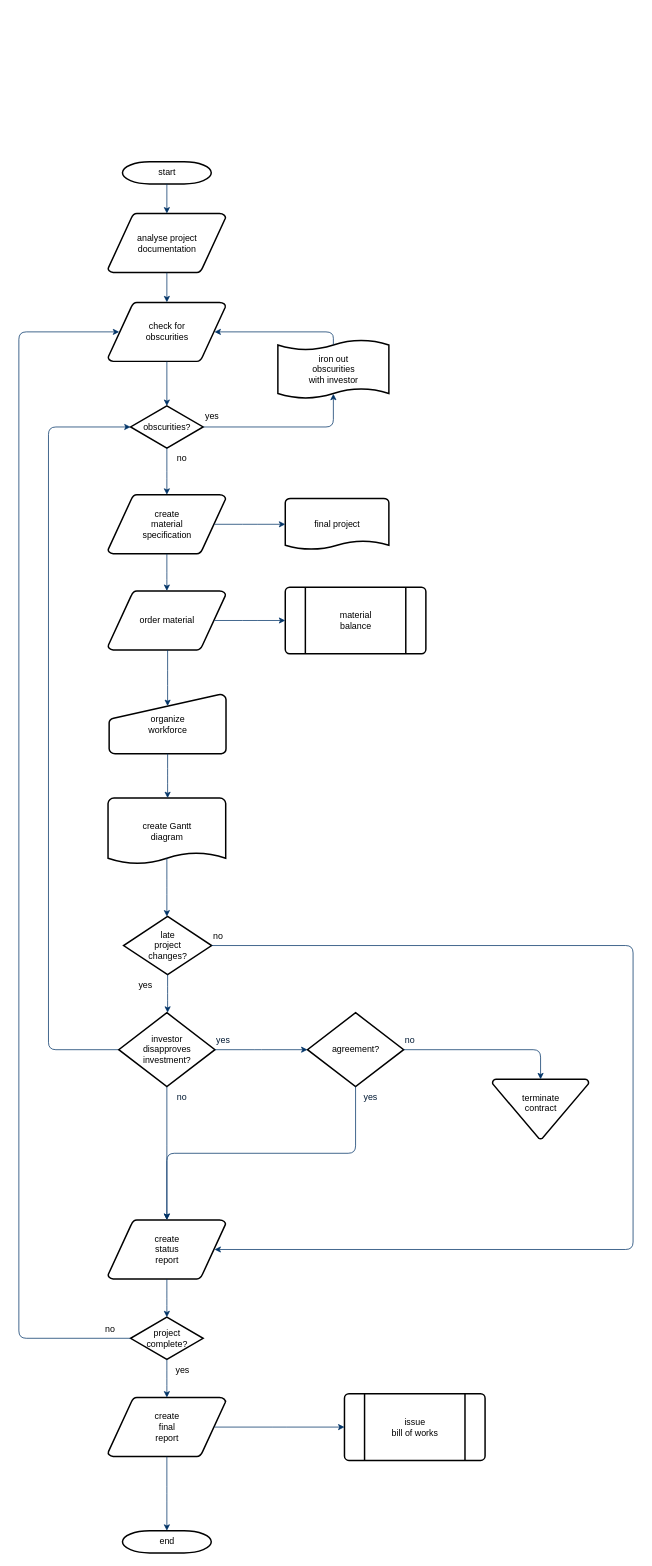
This is 消息发送.drawio from akun87/activity, a draw.io file, before an edit. Source tidied: cells renumbered, new cells numbered last; positions are measured from the earlier drawing's top-left corner, leaving out a move shared by most shapes. Both pictures are drawn from the tidied source at 74%, with x=0, y=0 at pixel (18, 161).
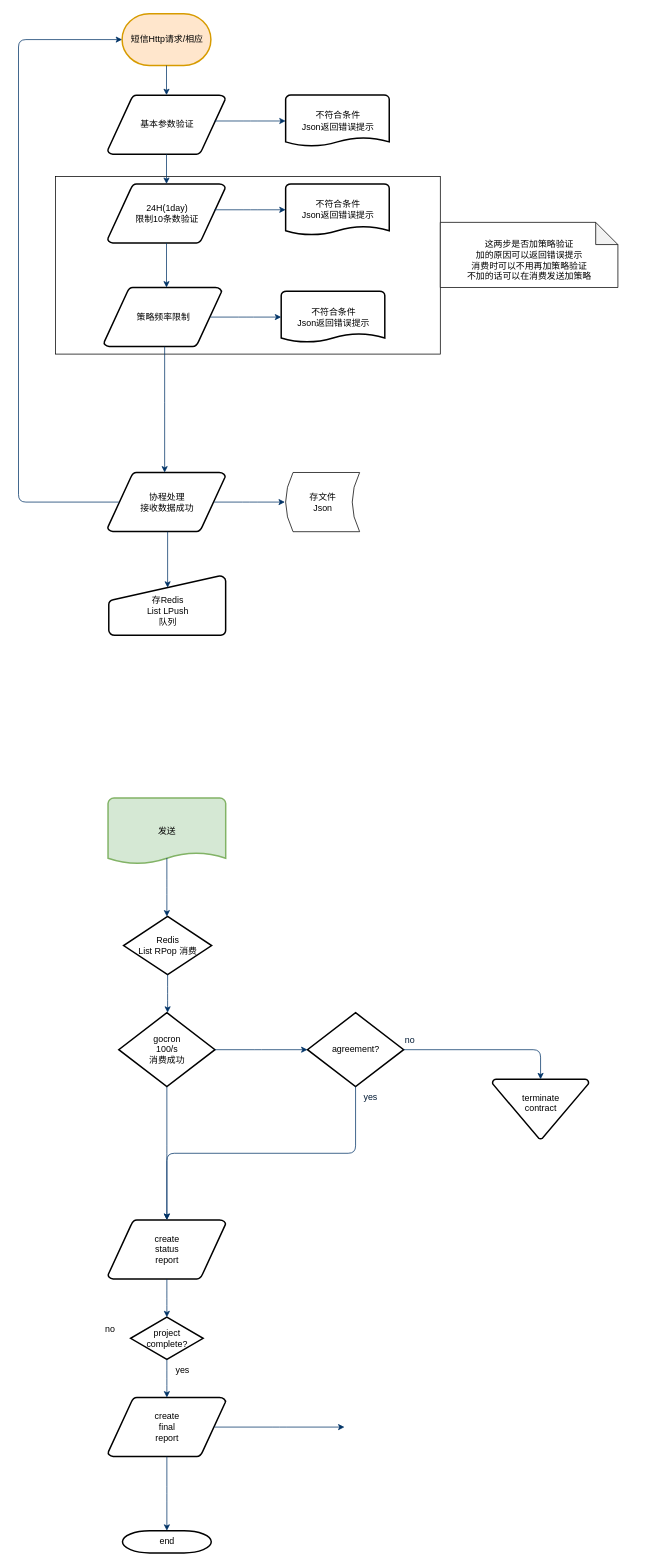
Above is the later version.

Commit message (it also covers changes not shown here):
更新消息发送.drawio

Unchanged cells that the change refers to:
```xml
<mxCell id="29" value="agreement?" style="shape=mxgraph.flowchart.decision;strokeWidth=2;gradientColor=none;gradientDirection=north;fontStyle=0;html=1;" parent="1" vertex="1">
  <mxGeometry x="390" y="1150" width="130" height="100" as="geometry" />
</mxCell>
<mxCell id="32" value="terminate&#10;contract&#10;" style="shape=mxgraph.flowchart.merge_or_storage;strokeWidth=2;gradientColor=none;gradientDirection=north;fontStyle=0;html=1;" parent="1" vertex="1">
  <mxGeometry x="640" y="1240" width="130" height="80.5" as="geometry" />
</mxCell>
<mxCell id="34" value="create&#10;status&#10;report" style="shape=mxgraph.flowchart.data;strokeWidth=2;gradientColor=none;gradientDirection=north;fontStyle=0;html=1;" parent="1" vertex="1">
  <mxGeometry x="120.5" y="1430" width="159" height="80" as="geometry" />
</mxCell>
<mxCell id="37" value="project&#10;complete?" style="shape=mxgraph.flowchart.decision;strokeWidth=2;gradientColor=none;gradientDirection=north;fontStyle=0;html=1;" parent="1" vertex="1">
  <mxGeometry x="151" y="1561.5" width="98" height="57" as="geometry" />
</mxCell>
<mxCell id="38" value="create&#10;final&#10;report" style="shape=mxgraph.flowchart.data;strokeWidth=2;gradientColor=none;gradientDirection=north;fontStyle=0;html=1;" parent="1" vertex="1">
  <mxGeometry x="120.5" y="1670" width="159" height="80" as="geometry" />
</mxCell>
<mxCell id="40" value="end" style="shape=mxgraph.flowchart.terminator;strokeWidth=2;gradientColor=none;gradientDirection=north;fontStyle=0;html=1;" parent="1" vertex="1">
  <mxGeometry x="140" y="1850" width="120" height="30" as="geometry" />
</mxCell>
```

What changed in the source:
```diff
@@
+    <mxCell id="56" style="rounded=0;whiteSpace=wrap;html=1;" parent="1" vertex="1">
+      <mxGeometry x="49.5" y="20" width="520" height="240" as="geometry" />
+    </mxCell>
-    <mxCell id="2" value="start" style="shape=mxgraph.flowchart.terminator;strokeWidth=2;gradientColor=none;gradientDirection=north;fontStyle=0;html=1;" parent="1" vertex="1">
-      <mxGeometry x="140" width="120" height="30" as="geometry" />
+    <mxCell id="2" value="短信Http请求/相应" style="shape=mxgraph.flowchart.terminator;strokeWidth=2;gradientDirection=north;fontStyle=0;html=1;fillColor=#ffe6cc;strokeColor=#d79b00;" parent="1" vertex="1">
+      <mxGeometry x="139.5" y="-200" width="120" height="70" as="geometry" />
     </mxCell>
-    <mxCell id="3" value="analyse project&#10; documentation" style="shape=mxgraph.flowchart.data;strokeWidth=2;gradientColor=none;gradientDirection=north;fontStyle=0;html=1;" parent="1" vertex="1">
-      <mxGeometry x="120.5" y="70" width="159" height="80" as="geometry" />
+    <mxCell id="3" value="基本参数验证" style="shape=mxgraph.flowchart.data;strokeWidth=2;gradientColor=none;gradientDirection=north;fontStyle=0;html=1;" parent="1" vertex="1">
+      <mxGeometry x="120" y="-90" width="159" height="80" as="geometry" />
     </mxCell>
-    <mxCell id="4" value="create&#10;material&#10;specification" style="shape=mxgraph.flowchart.data;strokeWidth=2;gradientColor=none;gradientDirection=north;fontStyle=0;html=1;" parent="1" vertex="1">
-      <mxGeometry x="120.5" y="450" width="159" height="80" as="geometry" />
+    <mxCell id="4" value="策略频率限制" style="shape=mxgraph.flowchart.data;strokeWidth=2;gradientColor=none;gradientDirection=north;fontStyle=0;html=1;" parent="1" vertex="1">
+      <mxGeometry x="115" y="170" width="159" height="80" as="geometry" />
     </mxCell>
-    <mxCell id="5" value="check for&#10;obscurities" style="shape=mxgraph.flowchart.data;strokeWidth=2;gradientColor=none;gradientDirection=north;fontStyle=0;html=1;" parent="1" vertex="1">
-      <mxGeometry x="120.5" y="190" width="159" height="80" as="geometry" />
+    <mxCell id="5" value="&lt;div&gt;24H(1day)&lt;/div&gt;&lt;div&gt;限制10条数验证&lt;/div&gt;" style="shape=mxgraph.flowchart.data;strokeWidth=2;gradientColor=none;gradientDirection=north;fontStyle=0;html=1;" parent="1" vertex="1">
+      <mxGeometry x="120" y="30" width="159" height="80" as="geometry" />
     </mxCell>
-    <mxCell id="6" value="obscurities?" style="shape=mxgraph.flowchart.decision;strokeWidth=2;gradientColor=none;gradientDirection=north;fontStyle=0;html=1;" parent="1" vertex="1">
-      <mxGeometry x="151" y="330" width="98" height="57" as="geometry" />
-    </mxCell>
@@
-    <mxCell id="9" style="entryX=0.5;entryY=0;entryPerimeter=0;fontStyle=1;strokeColor=#003366;strokeWidth=1;html=1;" parent="1" edge="1" source="5" target="6">
-      <mxGeometry relative="1" as="geometry" />
+    <mxCell id="9" style="entryX=0.5;entryY=0;entryPerimeter=0;fontStyle=1;strokeColor=#003366;strokeWidth=1;html=1;" parent="1" edge="1" source="5">
+      <mxGeometry relative="1" as="geometry">
+        <mxPoint x="199.5" y="170" as="targetPoint" />
+      </mxGeometry>
     </mxCell>
-    <mxCell id="10" style="edgeStyle=elbowEdgeStyle;elbow=horizontal;entryX=0.5;entryY=0.91;entryPerimeter=0;exitX=1;exitY=0.5;exitPerimeter=0;fontStyle=1;strokeColor=#003366;strokeWidth=1;html=1;" parent="1" edge="1" source="6" target="51">
-      <mxGeometry x="381" y="28.5" as="geometry">
-        <Array as="points">
-          <mxPoint x="425" y="340" />
-        </Array>
-      </mxGeometry>
-    </mxCell>
-    <mxCell id="11" value="yes" style="text;fontStyle=0;html=1;strokeColor=none;gradientColor=none;fillColor=none;strokeWidth=2;" parent="1" vertex="1">
-      <mxGeometry x="250" y="330" width="40" height="26" as="geometry" />
-    </mxCell>
-    <mxCell id="12" style="edgeStyle=elbowEdgeStyle;elbow=horizontal;fontColor=#001933;fontStyle=1;strokeColor=#003366;strokeWidth=1;html=1;" parent="1" edge="1" source="6" target="4">
-      <mxGeometry as="geometry" />
-    </mxCell>
-    <mxCell id="13" value="order material" style="shape=mxgraph.flowchart.data;strokeWidth=2;gradientColor=none;gradientDirection=north;fontStyle=0;html=1;" parent="1" vertex="1">
-      <mxGeometry x="120.5" y="580" width="159" height="80" as="geometry" />
+    <mxCell id="13" value="&lt;div&gt;协程处理&lt;/div&gt;&lt;div&gt;接收数据成功&lt;br&gt;&lt;/div&gt;" style="shape=mxgraph.flowchart.data;strokeWidth=2;gradientColor=none;gradientDirection=north;fontStyle=0;html=1;" parent="1" vertex="1">
+      <mxGeometry x="120" y="420" width="159" height="80" as="geometry" />
     </mxCell>
-    <mxCell id="14" value="no" style="text;fontStyle=0;html=1;strokeColor=none;gradientColor=none;fillColor=none;strokeWidth=2;align=center;" parent="1" vertex="1">
-      <mxGeometry x="200" y="387" width="40" height="26" as="geometry" />
-    </mxCell>
-    <mxCell id="15" value="final project" style="shape=mxgraph.flowchart.document;strokeWidth=2;gradientColor=none;gradientDirection=north;fontStyle=0;html=1;" parent="1" vertex="1">
-      <mxGeometry x="360" y="455" width="140" height="70" as="geometry" />
+    <mxCell id="15" value="&lt;div&gt;不符合条件&lt;/div&gt;&lt;div&gt;Json返回错误提示&lt;br&gt;&lt;/div&gt;" style="shape=mxgraph.flowchart.document;strokeWidth=2;gradientColor=none;gradientDirection=north;fontStyle=0;html=1;" parent="1" vertex="1">
+      <mxGeometry x="354.5" y="175" width="140" height="70" as="geometry" />
     </mxCell>
     <mxCell id="16" style="edgeStyle=elbowEdgeStyle;elbow=horizontal;exitX=0.905;exitY=0.5;exitPerimeter=0;fontStyle=1;strokeColor=#003366;strokeWidth=1;html=1;" parent="1" edge="1" source="4" target="15">
-      <mxGeometry as="geometry" />
+      <mxGeometry x="-5" y="-120" as="geometry" />
     </mxCell>
@@
-    <mxCell id="18" value="material&#10;balance" style="shape=mxgraph.flowchart.predefined_process;strokeWidth=2;gradientColor=none;gradientDirection=north;fontStyle=0;html=1;" parent="1" vertex="1">
-      <mxGeometry x="360" y="575" width="190" height="90" as="geometry" />
-    </mxCell>
-    <mxCell id="19" style="edgeStyle=elbowEdgeStyle;elbow=horizontal;exitX=0.905;exitY=0.5;exitPerimeter=0;fontStyle=1;strokeColor=#003366;strokeWidth=1;html=1;" parent="1" edge="1" source="13" target="18">
-      <mxGeometry as="geometry" />
+    <mxCell id="19" style="edgeStyle=elbowEdgeStyle;elbow=horizontal;exitX=0.905;exitY=0.5;exitPerimeter=0;fontStyle=1;strokeColor=#003366;strokeWidth=1;html=1;" parent="1" edge="1" source="13">
+      <mxGeometry as="geometry">
+        <mxPoint x="359.5" y="460" as="targetPoint" />
+      </mxGeometry>
     </mxCell>
-    <mxCell id="20" value="organize &#10;workforce" style="shape=mxgraph.flowchart.manual_input;strokeWidth=2;gradientColor=none;gradientDirection=north;fontStyle=0;html=1;" parent="1" vertex="1">
-      <mxGeometry x="122" y="720" width="158" height="80" as="geometry" />
+    <mxCell id="20" value="&lt;div&gt;&lt;br&gt;&lt;/div&gt;&lt;div&gt;存Redis&lt;/div&gt;&lt;div&gt;List LPush&lt;/div&gt;&lt;div&gt;队列&lt;br&gt;&lt;/div&gt;" style="shape=mxgraph.flowchart.manual_input;strokeWidth=2;gradientColor=none;gradientDirection=north;fontStyle=0;html=1;" parent="1" vertex="1">
+      <mxGeometry x="121.5" y="560" width="158" height="80" as="geometry" />
     </mxCell>
@@
-    <mxCell id="22" value="create Gantt&#10;diagram" style="shape=mxgraph.flowchart.document;strokeWidth=2;gradientColor=none;gradientDirection=north;fontStyle=0;html=1;" parent="1" vertex="1">
+    <mxCell id="22" value="发送" style="shape=mxgraph.flowchart.document;strokeWidth=2;gradientDirection=north;fontStyle=0;html=1;fillColor=#d5e8d4;strokeColor=#82b366;" parent="1" vertex="1">
       <mxGeometry x="120.5" y="860" width="159" height="90" as="geometry" />
     </mxCell>
-    <mxCell id="23" style="edgeStyle=elbowEdgeStyle;elbow=horizontal;exitX=0.5;exitY=1;exitPerimeter=0;fontStyle=1;strokeColor=#003366;strokeWidth=1;html=1;" parent="1" edge="1" source="20" target="22">
-      <mxGeometry as="geometry" />
-    </mxCell>
-    <mxCell id="24" value="late&#10;project&#10;changes?" style="shape=mxgraph.flowchart.decision;strokeWidth=2;gradientColor=none;gradientDirection=north;fontStyle=0;html=1;" parent="1" vertex="1">
+    <mxCell id="24" value="&lt;div&gt;Redis&lt;/div&gt;&lt;div&gt;List RPop 消费&lt;br&gt;&lt;/div&gt;" style="shape=mxgraph.flowchart.decision;strokeWidth=2;gradientColor=none;gradientDirection=north;fontStyle=0;html=1;" parent="1" vertex="1">
       <mxGeometry x="141.5" y="1020" width="119" height="78.5" as="geometry" />
     </mxCell>
     <mxCell id="25" style="edgeStyle=elbowEdgeStyle;elbow=horizontal;exitX=0.5;exitY=0.9;exitPerimeter=0;fontStyle=1;strokeColor=#003366;strokeWidth=1;html=1;" parent="1" edge="1" source="22" target="24">
-      <mxGeometry as="geometry" />
+      <mxGeometry x="0.5" y="160" as="geometry" />
     </mxCell>
-    <mxCell id="26" style="edgeStyle=elbowEdgeStyle;elbow=horizontal;exitX=0;exitY=0.5;exitPerimeter=0;entryX=0;entryY=0.5;entryPerimeter=0;fontStyle=1;strokeColor=#003366;strokeWidth=1;html=1;" parent="1" edge="1" source="28" target="6">
-      <mxGeometry as="geometry">
-        <Array as="points">
-          <mxPoint x="40" y="790" />
-        </Array>
-      </mxGeometry>
-    </mxCell>
-    <mxCell id="27" value="yes" style="text;fontStyle=0;html=1;strokeColor=none;gradientColor=none;fillColor=none;strokeWidth=2;" parent="1" vertex="1">
-      <mxGeometry x="160" y="1098.5" width="40" height="26" as="geometry" />
-    </mxCell>
-    <mxCell id="28" value="investor&#10;disapproves&#10; investment?" style="shape=mxgraph.flowchart.decision;strokeWidth=2;gradientColor=none;gradientDirection=north;fontStyle=0;html=1;" parent="1" vertex="1">
+    <mxCell id="28" value="&lt;div&gt;gocron&lt;/div&gt;&lt;div&gt;100/s&lt;/div&gt;&lt;div&gt;消费成功&lt;br&gt;&lt;/div&gt;" style="shape=mxgraph.flowchart.decision;strokeWidth=2;gradientColor=none;gradientDirection=north;fontStyle=0;html=1;" parent="1" vertex="1">
       <mxGeometry x="135" y="1150" width="130" height="100" as="geometry" />
     </mxCell>
@@
     <mxCell id="30" style="edgeStyle=elbowEdgeStyle;elbow=horizontal;exitX=0.5;exitY=1;exitPerimeter=0;fontStyle=1;strokeColor=#003366;strokeWidth=1;html=1;" parent="1" edge="1" source="24" target="28">
-      <mxGeometry as="geometry" />
+      <mxGeometry x="0.5" y="160" as="geometry" />
     </mxCell>
     <mxCell id="31" style="edgeStyle=elbowEdgeStyle;elbow=horizontal;exitX=1;exitY=0.5;exitPerimeter=0;entryX=0;entryY=0.5;entryPerimeter=0;fontStyle=1;strokeColor=#003366;strokeWidth=1;html=1;" parent="1" edge="1" source="28" target="29">
-      <mxGeometry as="geometry" />
+      <mxGeometry x="0.5" y="160" as="geometry" />
     </mxCell>
@@
     <mxCell id="33" style="edgeStyle=elbowEdgeStyle;elbow=vertical;exitX=1;exitY=0.5;exitPerimeter=0;entryX=0.5;entryY=0;entryPerimeter=0;fontStyle=1;strokeColor=#003366;strokeWidth=1;html=1;" parent="1" edge="1" source="29" target="32">
-      <mxGeometry as="geometry">
+      <mxGeometry x="0.5" y="160" as="geometry">
         <Array as="points">
           <mxPoint x="620" y="1200" />
         </Array>
       </mxGeometry>
     </mxCell>
@@
     <mxCell id="35" style="edgeStyle=elbowEdgeStyle;elbow=vertical;exitX=0.5;exitY=1;exitPerimeter=0;fontColor=#001933;fontStyle=1;strokeColor=#003366;strokeWidth=1;html=1;" parent="1" edge="1" source="28" target="34">
-      <mxGeometry as="geometry" />
+      <mxGeometry x="0.5" y="160" as="geometry" />
     </mxCell>
     <mxCell id="36" style="edgeStyle=elbowEdgeStyle;elbow=vertical;exitX=0.5;exitY=1;exitPerimeter=0;entryX=0.5;entryY=0;entryPerimeter=0;fontStyle=1;strokeColor=#003366;strokeWidth=1;html=1;" parent="1" edge="1" source="29" target="34">
-      <mxGeometry as="geometry" />
+      <mxGeometry x="0.5" y="160" as="geometry" />
     </mxCell>
@@
-    <mxCell id="39" value="issue&#10;bill of works" style="shape=mxgraph.flowchart.predefined_process;strokeWidth=2;gradientColor=none;gradientDirection=north;fontStyle=0;html=1;" parent="1" vertex="1">
-      <mxGeometry x="440" y="1665" width="190" height="90" as="geometry" />
-    </mxCell>
@@
     <mxCell id="41" style="edgeStyle=elbowEdgeStyle;elbow=vertical;exitX=0.5;exitY=1;exitPerimeter=0;entryX=0.5;entryY=0;entryPerimeter=0;fontStyle=1;strokeColor=#003366;strokeWidth=1;html=1;" parent="1" edge="1" source="34" target="37">
-      <mxGeometry as="geometry" />
+      <mxGeometry x="0.5" y="160" as="geometry" />
     </mxCell>
     <mxCell id="42" style="edgeStyle=elbowEdgeStyle;elbow=vertical;exitX=0.5;exitY=1;exitPerimeter=0;entryX=0.5;entryY=0;entryPerimeter=0;fontStyle=1;strokeColor=#003366;strokeWidth=1;html=1;" parent="1" edge="1" source="37" target="38">
-      <mxGeometry as="geometry" />
+      <mxGeometry x="0.5" y="160" as="geometry" />
     </mxCell>
     <mxCell id="43" style="edgeStyle=elbowEdgeStyle;elbow=vertical;exitX=0.5;exitY=1;exitPerimeter=0;entryX=0.5;entryY=0;entryPerimeter=0;fontStyle=1;strokeColor=#003366;strokeWidth=1;html=1;" parent="1" edge="1" source="38" target="40">
-      <mxGeometry as="geometry" />
+      <mxGeometry x="0.5" y="160" as="geometry" />
     </mxCell>
-    <mxCell id="44" style="edgeStyle=elbowEdgeStyle;elbow=vertical;exitX=0.905;exitY=0.5;exitPerimeter=0;entryX=0;entryY=0.5;entryPerimeter=0;fontStyle=1;strokeColor=#003366;strokeWidth=1;html=1;" parent="1" edge="1" source="38" target="39">
-      <mxGeometry as="geometry" />
+    <mxCell id="44" style="edgeStyle=elbowEdgeStyle;elbow=vertical;exitX=0.905;exitY=0.5;exitPerimeter=0;entryX=0;entryY=0.5;entryPerimeter=0;fontStyle=1;strokeColor=#003366;strokeWidth=1;html=1;" parent="1" edge="1" source="38">
+      <mxGeometry x="0.5" y="160" as="geometry">
+        <mxPoint x="440" y="1710" as="targetPoint" />
+      </mxGeometry>
     </mxCell>
-    <mxCell id="45" style="edgeStyle=elbowEdgeStyle;elbow=horizontal;exitX=1;exitY=0.5;exitPerimeter=0;entryX=0.905;entryY=0.5;entryPerimeter=0;fontStyle=1;strokeColor=#003366;strokeWidth=1;html=1;" parent="1" edge="1" source="24" target="34">
-      <mxGeometry as="geometry">
-        <Array as="points">
-          <mxPoint x="830" y="1260" />
-        </Array>
-      </mxGeometry>
-    </mxCell>
-    <mxCell id="46" value="no" style="text;fontStyle=0;html=1;strokeColor=none;gradientColor=none;fillColor=none;strokeWidth=2;" parent="1" vertex="1">
-      <mxGeometry x="260.5" y="1033.2" width="40" height="26" as="geometry" />
-    </mxCell>
-    <mxCell id="47" value="yes" style="text;fontColor=#001933;fontStyle=0;html=1;strokeColor=none;gradientColor=none;fillColor=none;strokeWidth=2;" parent="1" vertex="1">
-      <mxGeometry x="265" y="1174" width="40" height="26" as="geometry" />
-    </mxCell>
-    <mxCell id="48" value="no" style="text;fontColor=#001933;fontStyle=0;html=1;strokeColor=none;gradientColor=none;fillColor=none;strokeWidth=2;align=center;" parent="1" vertex="1">
-      <mxGeometry x="200" y="1250" width="40" height="26" as="geometry" />
-    </mxCell>
@@
-    <mxCell id="51" value="iron out&#10;obscurities &#10;with investor" style="shape=mxgraph.flowchart.paper_tape;strokeWidth=2;gradientColor=none;gradientDirection=north;fontStyle=0;html=1;" parent="1" vertex="1">
-      <mxGeometry x="350" y="240" width="150" height="81" as="geometry" />
-    </mxCell>
-    <mxCell id="52" style="edgeStyle=elbowEdgeStyle;elbow=horizontal;exitX=0.5;exitY=0.09;exitPerimeter=0;entryX=0.905;entryY=0.5;entryPerimeter=0;fontStyle=1;strokeColor=#003366;strokeWidth=1;html=1;" parent="1" edge="1" source="51" target="5">
-      <mxGeometry as="geometry">
-        <Array as="points">
-          <mxPoint x="425" y="240" />
-        </Array>
-      </mxGeometry>
-    </mxCell>
@@
-    <mxCell id="54" style="edgeStyle=elbowEdgeStyle;elbow=horizontal;exitX=0;exitY=0.5;exitPerimeter=0;entryX=0.095;entryY=0.5;entryPerimeter=0;fontStyle=1;strokeColor=#003366;strokeWidth=1;html=1;" parent="1" edge="1" source="37" target="5">
+    <mxCell id="54" style="edgeStyle=elbowEdgeStyle;elbow=horizontal;exitX=0.095;exitY=0.5;exitPerimeter=0;entryX=0;entryY=0.5;entryPerimeter=0;fontStyle=1;strokeColor=#003366;strokeWidth=1;html=1;entryDx=0;entryDy=0;exitDx=0;exitDy=0;" parent="1" edge="1" source="13" target="2">
       <mxGeometry as="geometry">
         <Array as="points">
-          <mxPoint y="910" />
+          <mxPoint x="-0.5" y="-140" />
+          <mxPoint x="-0.5" y="750" />
         </Array>
       </mxGeometry>
     </mxCell>
@@
+    <mxCell id="57" value="&lt;div&gt;不符合条件&lt;/div&gt;&lt;div&gt;Json返回错误提示&lt;br&gt;&lt;/div&gt;" style="shape=mxgraph.flowchart.document;strokeWidth=2;gradientColor=none;gradientDirection=north;fontStyle=0;html=1;" parent="1" vertex="1">
+      <mxGeometry x="360.5" y="30" width="140" height="70" as="geometry" />
+    </mxCell>
+    <mxCell id="58" style="edgeStyle=elbowEdgeStyle;elbow=horizontal;exitX=0.905;exitY=0.5;exitPerimeter=0;fontStyle=1;strokeColor=#003366;strokeWidth=1;html=1;" parent="1" edge="1" target="57">
+      <mxGeometry x="1" y="-265" as="geometry">
+        <mxPoint x="264.5" y="65" as="sourcePoint" />
+      </mxGeometry>
+    </mxCell>
+    <mxCell id="59" value="&lt;div&gt;不符合条件&lt;/div&gt;&lt;div&gt;Json返回错误提示&lt;br&gt;&lt;/div&gt;" style="shape=mxgraph.flowchart.document;strokeWidth=2;gradientColor=none;gradientDirection=north;fontStyle=0;html=1;" parent="1" vertex="1">
+      <mxGeometry x="360.5" y="-90" width="140" height="70" as="geometry" />
+    </mxCell>
+    <mxCell id="60" style="edgeStyle=elbowEdgeStyle;elbow=horizontal;exitX=0.905;exitY=0.5;exitPerimeter=0;fontStyle=1;strokeColor=#003366;strokeWidth=1;html=1;" parent="1" edge="1" target="59">
+      <mxGeometry x="1" y="-385" as="geometry">
+        <mxPoint x="264.5" y="-55" as="sourcePoint" />
+      </mxGeometry>
+    </mxCell>
+    <mxCell id="61" value="&lt;div&gt;&lt;br&gt;&lt;/div&gt;&lt;div&gt;这两步是否加策略验证&lt;/div&gt;&lt;div&gt;加的原因可以返回错误提示&lt;/div&gt;&lt;div&gt;消费时可以不用再加策略验证&lt;/div&gt;&lt;div&gt;不加的话可以在消费发送加策略&lt;br&gt;&lt;/div&gt;" style="shape=note;whiteSpace=wrap;html=1;backgroundOutline=1;darkOpacity=0.05;" parent="1" vertex="1">
+      <mxGeometry x="569.5" y="82" width="240" height="88" as="geometry" />
+    </mxCell>
+    <mxCell id="62" value="&lt;div&gt;存文件&lt;/div&gt;&lt;div&gt;Json&lt;br&gt;&lt;/div&gt;" style="shape=dataStorage;whiteSpace=wrap;html=1;" parent="1" vertex="1">
+      <mxGeometry x="360.5" y="420" width="100" height="80" as="geometry" />
+    </mxCell>
```
